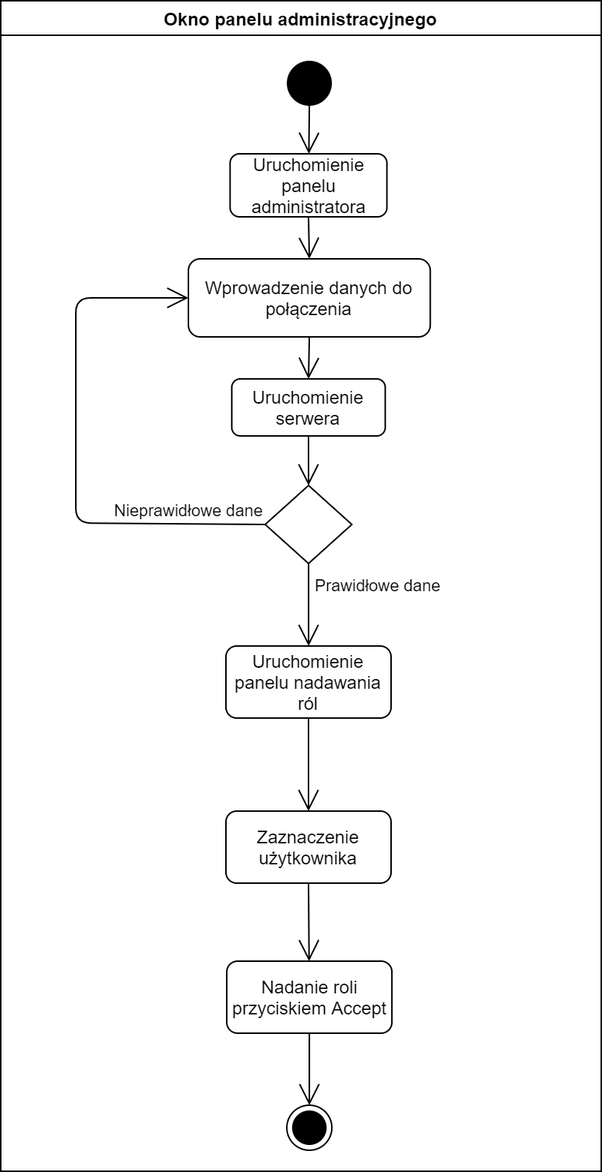
Groszczu/rpn-tcp-server keeps this draw.io diagram as media/AdminRoleGiving.png. Above is the earlier version. Source tidied: cells renumbered, new cells last; positions are measured from the earlier drawing's top-left corner, leaving out a move shared by most shapes. Source of this version:
```xml
<mxGraphModel background="#ffffff">
  <root>
    <mxCell id="0" />
    <mxCell id="1" parent="0" />
    <mxCell id="2" value="Okno panelu administracyjnego" style="swimlane;whiteSpace=wrap;startSize=23;" parent="1" vertex="1">
      <mxGeometry width="400" height="780" as="geometry" />
    </mxCell>
    <mxCell id="3" style="ellipse;fillColor=#000000;strokeColor=none;" parent="2" vertex="1">
      <mxGeometry x="190.6" y="40" width="30" height="30" as="geometry" />
    </mxCell>
    <mxCell id="4" style="ellipse;html=1;shape=endState;fillColor=#000000;strokeColor=#000000;" parent="2" vertex="1">
      <mxGeometry x="190.6" y="736" width="30" height="30" as="geometry" />
    </mxCell>
    <mxCell id="5" value="Uruchomienie panelu administratora" style="rounded=1;whiteSpace=wrap;html=1;" parent="2" vertex="1">
      <mxGeometry x="152.8" y="102" width="104.5" height="42" as="geometry" />
    </mxCell>
    <mxCell id="6" value="Uruchomienie serwera" style="rounded=1;whiteSpace=wrap;html=1;" parent="2" vertex="1">
      <mxGeometry x="153.9" y="252" width="102.2" height="38" as="geometry" />
    </mxCell>
    <mxCell id="7" value="Wprowadzenie danych do połączenia" style="rounded=1;whiteSpace=wrap;html=1;" parent="2" vertex="1">
      <mxGeometry x="125" y="172" width="161.1" height="52" as="geometry" />
    </mxCell>
    <mxCell id="8" style="rhombus;whiteSpace=wrap;html=1;" parent="2" vertex="1">
      <mxGeometry x="176.1" y="323" width="57.8" height="52" as="geometry" />
    </mxCell>
    <mxCell id="9" style="endArrow=open;endFill=1;endSize=12;html=1;strokeWidth=1;exitX=0.5;exitY=1;exitDx=0;exitDy=0;" parent="2" edge="1" source="3" target="5">
      <mxGeometry relative="1" as="geometry" />
    </mxCell>
    <mxCell id="10" style="endArrow=open;endFill=1;endSize=12;html=1;strokeWidth=1;exitX=0.5;exitY=1;exitDx=0;exitDy=0;entryX=0.5;entryY=0;entryDx=0;entryDy=0;" parent="2" edge="1" source="5" target="7">
      <mxGeometry relative="1" as="geometry" />
    </mxCell>
    <mxCell id="11" style="endArrow=open;endFill=1;endSize=12;html=1;strokeWidth=1;entryX=0.5;entryY=0;entryDx=0;entryDy=0;exitX=0.5;exitY=1;exitDx=0;exitDy=0;" parent="2" edge="1" source="7" target="6">
      <mxGeometry relative="1" as="geometry" />
    </mxCell>
    <mxCell id="12" style="endArrow=open;endFill=1;endSize=12;html=1;strokeWidth=1;exitX=0.5;exitY=1;exitDx=0;exitDy=0;entryX=0.5;entryY=0;entryDx=0;entryDy=0;" parent="2" edge="1" source="6" target="8">
      <mxGeometry relative="1" as="geometry" />
    </mxCell>
    <mxCell id="13" style="endArrow=open;endFill=1;endSize=12;html=1;strokeWidth=1;exitX=0;exitY=0.5;exitDx=0;exitDy=0;entryX=0;entryY=0.5;entryDx=0;entryDy=0;" parent="2" edge="1" source="8" target="7">
      <mxGeometry relative="1" as="geometry">
        <Array as="points">
          <mxPoint x="50" y="348" />
          <mxPoint x="50" y="280" />
          <mxPoint x="50" y="198" />
        </Array>
      </mxGeometry>
    </mxCell>
    <mxCell id="14" value="Nieprawidłowe dane" style="edgeLabel;html=1;align=center;verticalAlign=middle;" parent="13" vertex="1">
      <mxGeometry x="-0.76" y="2" relative="1" as="geometry">
        <mxPoint x="-9.1" y="-10.7" as="offset" />
      </mxGeometry>
    </mxCell>
    <mxCell id="15" value="Uruchomienie panelu nadawania ról" style="rounded=1;whiteSpace=wrap;html=1;" parent="2" vertex="1">
      <mxGeometry x="150" y="430" width="110" height="48" as="geometry" />
    </mxCell>
    <mxCell id="16" value="Zaznaczenie użytkownika" style="rounded=1;whiteSpace=wrap;html=1;" parent="2" vertex="1">
      <mxGeometry x="150" y="540" width="110" height="48" as="geometry" />
    </mxCell>
    <mxCell id="17" value="Nadanie roli przyciskiem Accept" style="rounded=1;whiteSpace=wrap;html=1;" parent="2" vertex="1">
      <mxGeometry x="150.6" y="640" width="110" height="48" as="geometry" />
    </mxCell>
    <mxCell id="18" style="endArrow=open;endFill=1;endSize=12;html=1;strokeWidth=1;exitX=0.5;exitY=1;exitDx=0;exitDy=0;entryX=0.5;entryY=0;entryDx=0;entryDy=0;" parent="2" edge="1" source="15" target="16">
      <mxGeometry relative="1" as="geometry" />
    </mxCell>
    <mxCell id="19" style="endArrow=open;endFill=1;endSize=12;html=1;strokeWidth=1;exitX=0.5;exitY=1;exitDx=0;exitDy=0;" parent="2" edge="1" source="16" target="17">
      <mxGeometry relative="1" as="geometry" />
    </mxCell>
    <mxCell id="20" style="endArrow=open;endFill=1;endSize=12;html=1;strokeWidth=1;exitX=0.5;exitY=1;exitDx=0;exitDy=0;entryX=0.5;entryY=0;entryDx=0;entryDy=0;" parent="2" edge="1" source="17" target="4">
      <mxGeometry relative="1" as="geometry" />
    </mxCell>
    <mxCell id="21" style="endArrow=open;endFill=1;endSize=12;html=1;strokeWidth=1;exitX=0.5;exitY=1;exitDx=0;exitDy=0;" parent="2" edge="1">
      <mxGeometry relative="1" as="geometry">
        <mxPoint x="205.1" y="375" as="sourcePoint" />
        <mxPoint x="205.1" y="430" as="targetPoint" />
      </mxGeometry>
    </mxCell>
    <mxCell id="22" value="Prawidłowe dane" style="edgeLabel;html=1;align=center;verticalAlign=middle;" parent="21" vertex="1">
      <mxGeometry x="-0.38" relative="1" as="geometry">
        <mxPoint x="45" y="-2" as="offset" />
      </mxGeometry>
    </mxCell>
  </root>
</mxGraphModel>
```
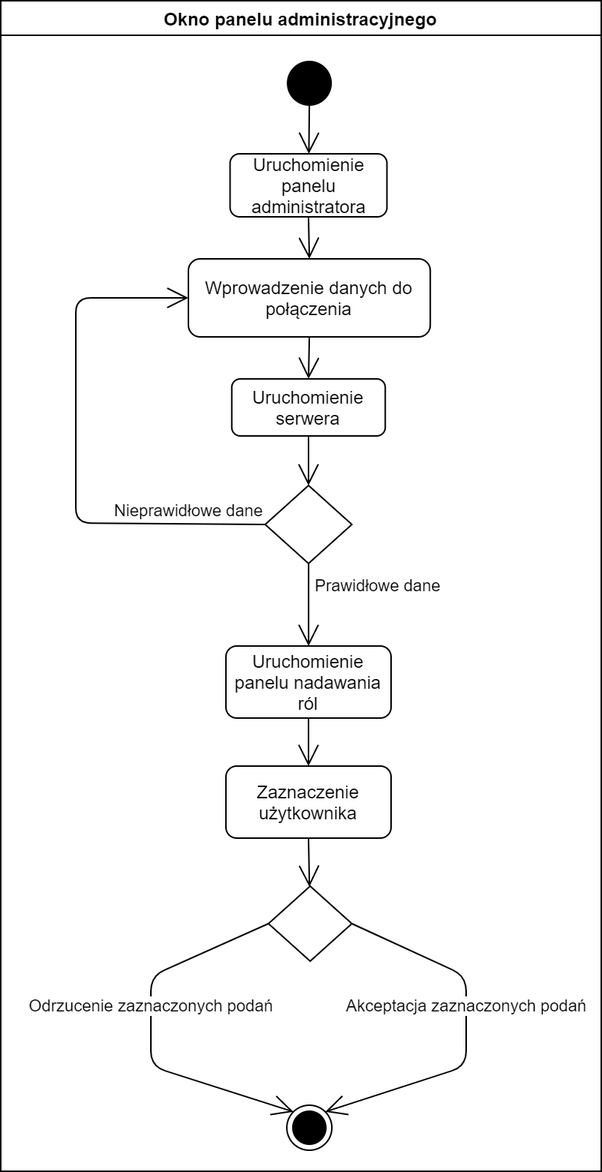
After the commit.

The edit, as a diff of the source:
```diff
@@ -53,20 +53,11 @@
       <mxGeometry x="150" y="430" width="110" height="48" as="geometry" />
     </mxCell>
     <mxCell id="16" value="Zaznaczenie użytkownika" style="rounded=1;whiteSpace=wrap;html=1;" parent="2" vertex="1">
-      <mxGeometry x="150" y="540" width="110" height="48" as="geometry" />
+      <mxGeometry x="150" y="510" width="110" height="48" as="geometry" />
     </mxCell>
-    <mxCell id="17" value="Nadanie roli przyciskiem Accept" style="rounded=1;whiteSpace=wrap;html=1;" parent="2" vertex="1">
-      <mxGeometry x="150.6" y="640" width="110" height="48" as="geometry" />
-    </mxCell>
     <mxCell id="18" style="endArrow=open;endFill=1;endSize=12;html=1;strokeWidth=1;exitX=0.5;exitY=1;exitDx=0;exitDy=0;entryX=0.5;entryY=0;entryDx=0;entryDy=0;" parent="2" edge="1" source="15" target="16">
       <mxGeometry relative="1" as="geometry" />
     </mxCell>
-    <mxCell id="19" style="endArrow=open;endFill=1;endSize=12;html=1;strokeWidth=1;exitX=0.5;exitY=1;exitDx=0;exitDy=0;" parent="2" edge="1" source="16" target="17">
-      <mxGeometry relative="1" as="geometry" />
-    </mxCell>
-    <mxCell id="20" style="endArrow=open;endFill=1;endSize=12;html=1;strokeWidth=1;exitX=0.5;exitY=1;exitDx=0;exitDy=0;entryX=0.5;entryY=0;entryDx=0;entryDy=0;" parent="2" edge="1" source="17" target="4">
-      <mxGeometry relative="1" as="geometry" />
-    </mxCell>
     <mxCell id="21" style="endArrow=open;endFill=1;endSize=12;html=1;strokeWidth=1;exitX=0.5;exitY=1;exitDx=0;exitDy=0;" parent="2" edge="1">
       <mxGeometry relative="1" as="geometry">
         <mxPoint x="205.1" y="375" as="sourcePoint" />
@@ -78,5 +69,27 @@
         <mxPoint x="45" y="-2" as="offset" />
       </mxGeometry>
     </mxCell>
+    <mxCell id="23" style="rhombus;whiteSpace=wrap;html=1;" parent="2" vertex="1">
+      <mxGeometry x="178.3" y="590" width="55.6" height="50" as="geometry" />
+    </mxCell>
+    <mxCell id="19" style="endArrow=open;endFill=1;endSize=12;html=1;strokeWidth=1;exitX=0.5;exitY=1;exitDx=0;exitDy=0;" parent="2" edge="1" source="16" target="23">
+      <mxGeometry relative="1" as="geometry" />
+    </mxCell>
+    <mxCell id="24" value="Akceptacja zaznaczonych podań" style="endArrow=open;endFill=1;endSize=12;html=1;strokeWidth=1;exitX=1;exitY=0.5;exitDx=0;exitDy=0;entryX=1;entryY=0;entryDx=0;entryDy=0;" parent="2" edge="1" source="23" target="4">
+      <mxGeometry x="-0.14" relative="1" as="geometry">
+        <Array as="points">
+          <mxPoint x="310" y="650" />
+          <mxPoint x="310" y="710" />
+        </Array>
+      </mxGeometry>
+    </mxCell>
+    <mxCell id="25" value="Odrzucenie zaznaczonych podań" style="endArrow=open;endFill=1;endSize=12;html=1;strokeWidth=1;exitX=0;exitY=0.5;exitDx=0;exitDy=0;entryX=0;entryY=0;entryDx=0;entryDy=0;" parent="2" edge="1" source="23" target="4">
+      <mxGeometry x="-0.14" relative="1" as="geometry">
+        <Array as="points">
+          <mxPoint x="100" y="650" />
+          <mxPoint x="100" y="710" />
+        </Array>
+      </mxGeometry>
+    </mxCell>
   </root>
 </mxGraphModel>
```
